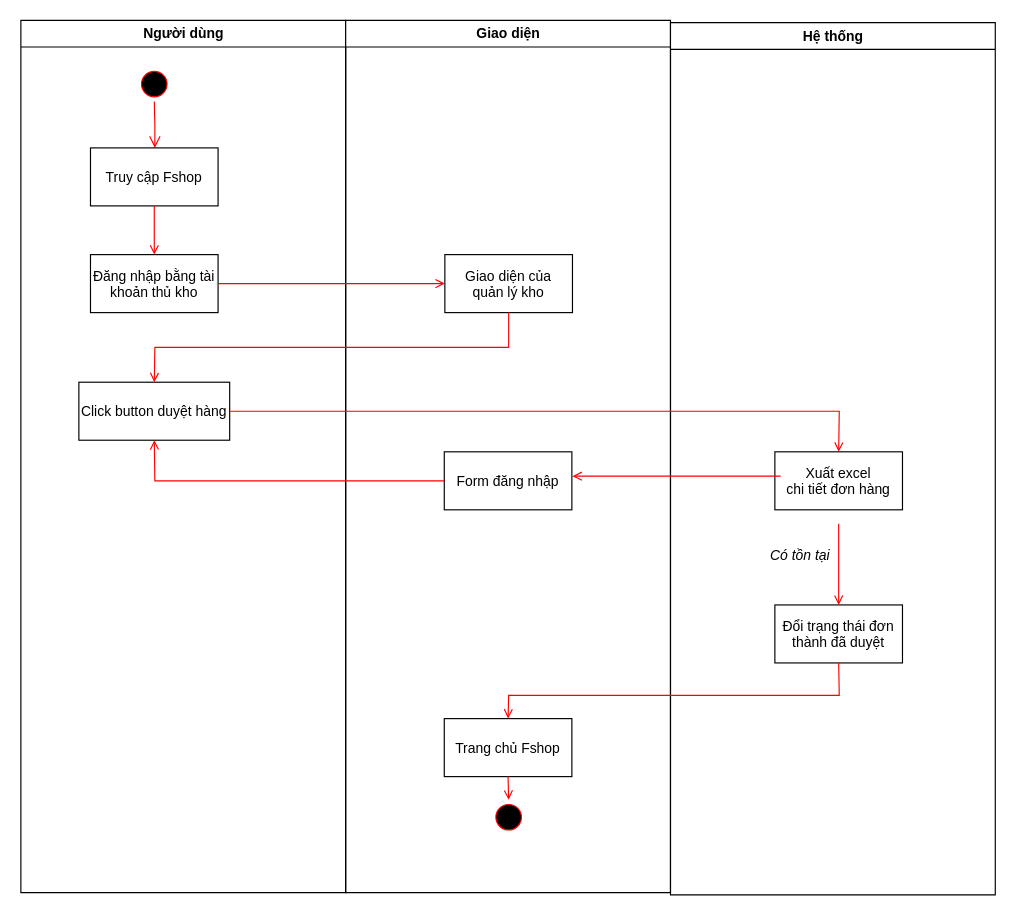
Above: ActivityBrowseOrder.drawio in NguyenQuocAn99/MyDiagram (draw.io), before the change. Source tidied: cells renumbered, new cells numbered last; positions are measured from the earlier drawing's top-left corner, leaving out a move shared by most shapes. Both pictures are drawn from the tidied source at 116%, with x=0, y=0 at pixel (20, 20).
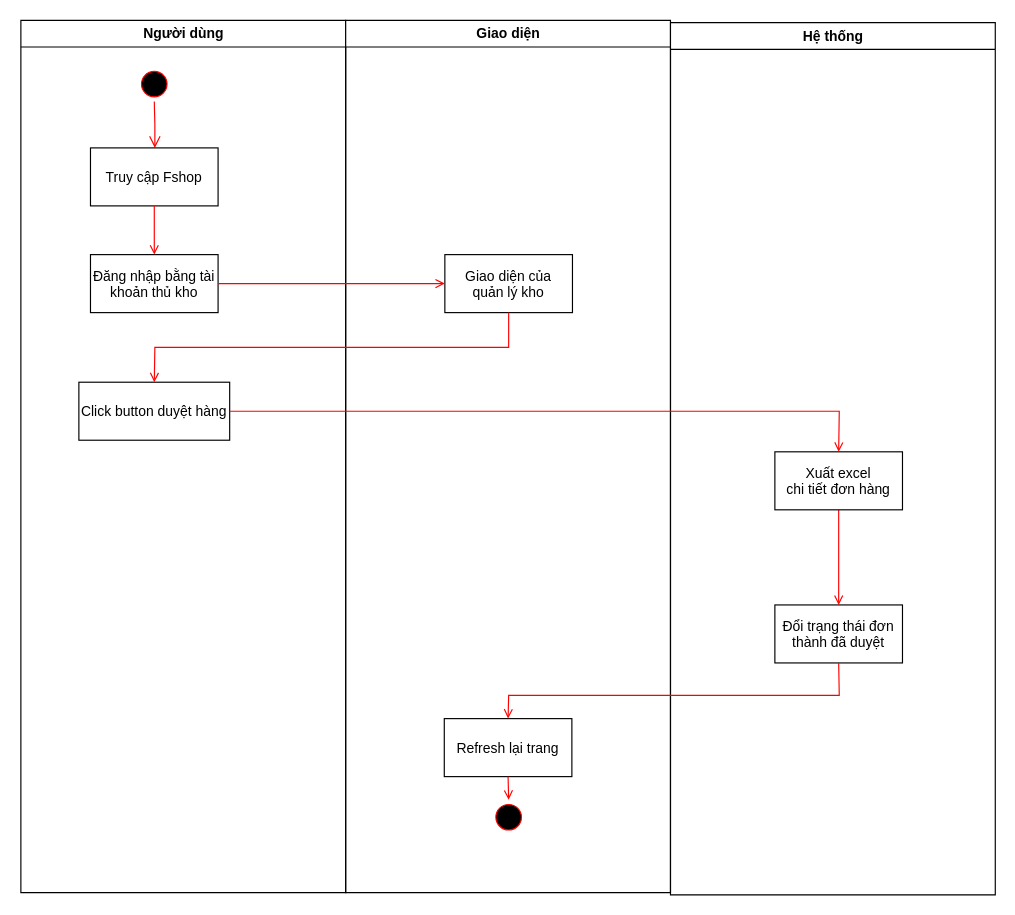
After the change.

The change refers to these unchanged cells:
```xml
<mxCell id="8" value="Click button duyệt hàng" parent="2" vertex="1">
  <mxGeometry x="50" y="312" width="130" height="50" as="geometry" />
</mxCell>
<mxCell id="9" value="Giao diện" style="swimlane;whiteSpace=wrap;" parent="1" vertex="1">
  <mxGeometry x="280.5" width="280" height="752" as="geometry" />
</mxCell>
<mxCell id="15" value="Hệ thống" style="swimlane;whiteSpace=wrap;" parent="1" vertex="1">
  <mxGeometry x="560.5" y="2" width="280" height="752" as="geometry" />
</mxCell>
<mxCell id="16" value="Đổi trạng thái đơn&#10;thành đã duyệt" parent="15" vertex="1">
  <mxGeometry x="90" y="502" width="110" height="50" as="geometry" />
</mxCell>
<mxCell id="18" value="Xuất excel &#10;chi tiết đơn hàng" parent="15" vertex="1">
  <mxGeometry x="90" y="370" width="110" height="50" as="geometry" />
</mxCell>
```

The edit, as a diff of the source:
```diff
@@
-    <mxCell id="11" value="Trang chủ Fshop" parent="9" vertex="1">
+    <mxCell id="11" value="Refresh lại trang" parent="9" vertex="1">
       <mxGeometry x="85" y="602" width="110" height="50" as="geometry" />
     </mxCell>
-    <mxCell id="12" value="Form đăng nhập" parent="9" vertex="1">
-      <mxGeometry x="85" y="372" width="110" height="50" as="geometry" />
-    </mxCell>
@@
-    <mxCell id="17" style="endArrow=open;strokeColor=#FF0000;endFill=1;rounded=0;exitX=0.5;exitY=1;exitDx=0;exitDy=0;entryX=0.5;entryY=0;entryDx=0;entryDy=0;" parent="15" edge="1" target="16">
-      <mxGeometry relative="1" as="geometry">
-        <mxPoint x="145" y="432" as="sourcePoint" />
-      </mxGeometry>
+    <mxCell id="17" style="endArrow=open;strokeColor=#FF0000;endFill=1;rounded=0;exitX=0.5;exitY=1;exitDx=0;exitDy=0;entryX=0.5;entryY=0;entryDx=0;entryDy=0;" parent="15" edge="1" source="18" target="16">
+      <mxGeometry relative="1" as="geometry" />
     </mxCell>
@@
-    <mxCell id="22" style="endArrow=open;strokeColor=#FF0000;endFill=1;rounded=0;exitX=0;exitY=0.5;exitDx=0;exitDy=0;" parent="1" edge="1">
-      <mxGeometry relative="1" as="geometry">
-        <mxPoint x="655.5" y="393" as="sourcePoint" />
-        <mxPoint x="476" y="393" as="targetPoint" />
-      </mxGeometry>
-    </mxCell>
-    <mxCell id="23" style="endArrow=open;strokeColor=#FF0000;endFill=1;rounded=0;exitX=0;exitY=0.5;exitDx=0;exitDy=0;entryX=0.5;entryY=1;entryDx=0;entryDy=0;" parent="1" edge="1" source="12" target="8">
-      <mxGeometry relative="1" as="geometry">
-        <Array as="points">
-          <mxPoint x="116" y="397" />
-        </Array>
-      </mxGeometry>
-    </mxCell>
@@
-    <mxCell id="25" value="Có tồn tại" style="text;html=1;align=center;verticalAlign=middle;strokeColor=none;fontStyle=2;" parent="1" vertex="1">
-      <mxGeometry x="637" y="452" width="70" height="20" as="geometry" />
-    </mxCell>
```
